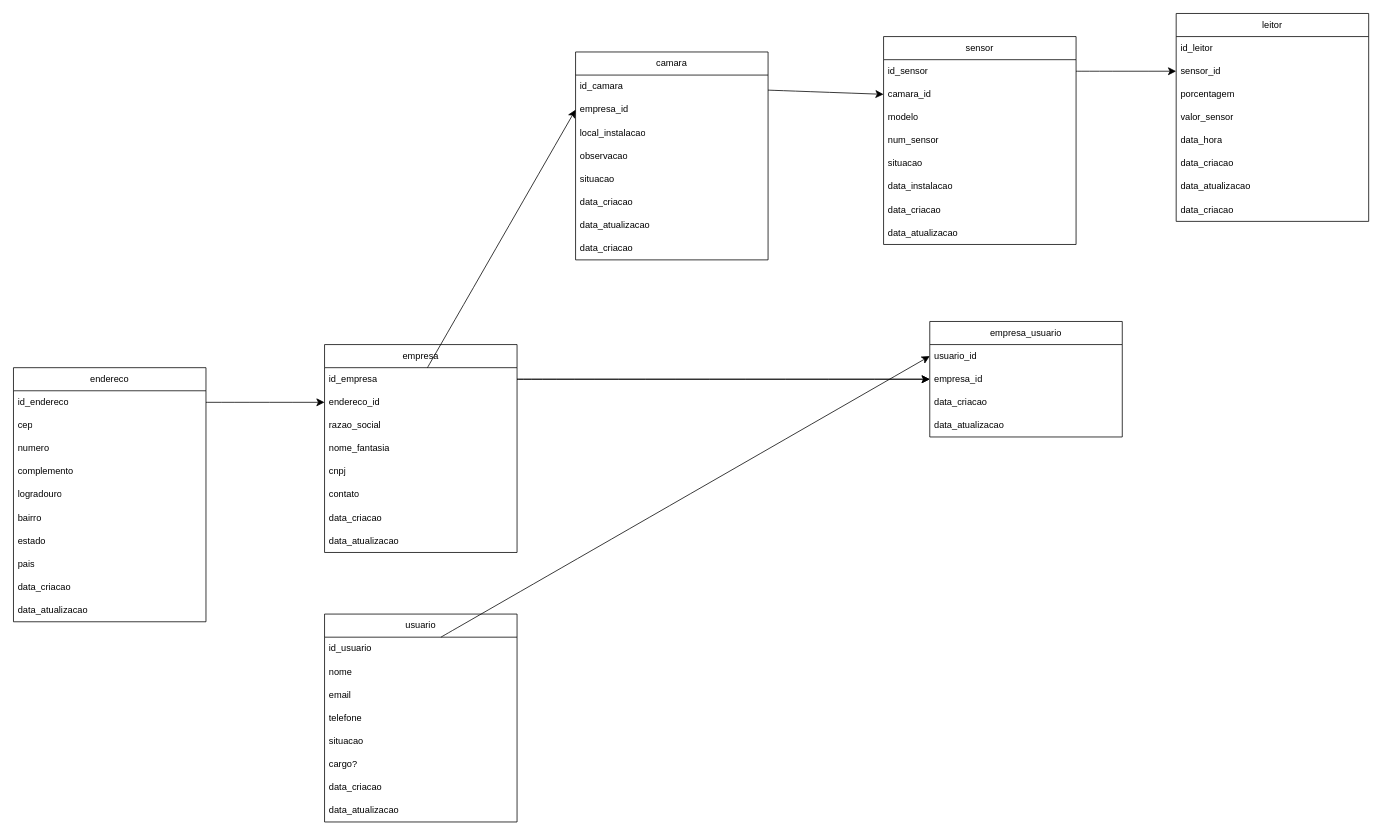
Above: @individuais/Vinicius/banco_dados/modelagem_logica.drawio in 4ppleTech/appleTech (draw.io), before the change. Source tidied: cells renumbered, new cells numbered last; positions are measured from the earlier drawing's top-left corner, leaving out a move shared by most shapes. Both pictures are drawn from the tidied source at 77%, with x=0, y=0 at pixel (13, 13).
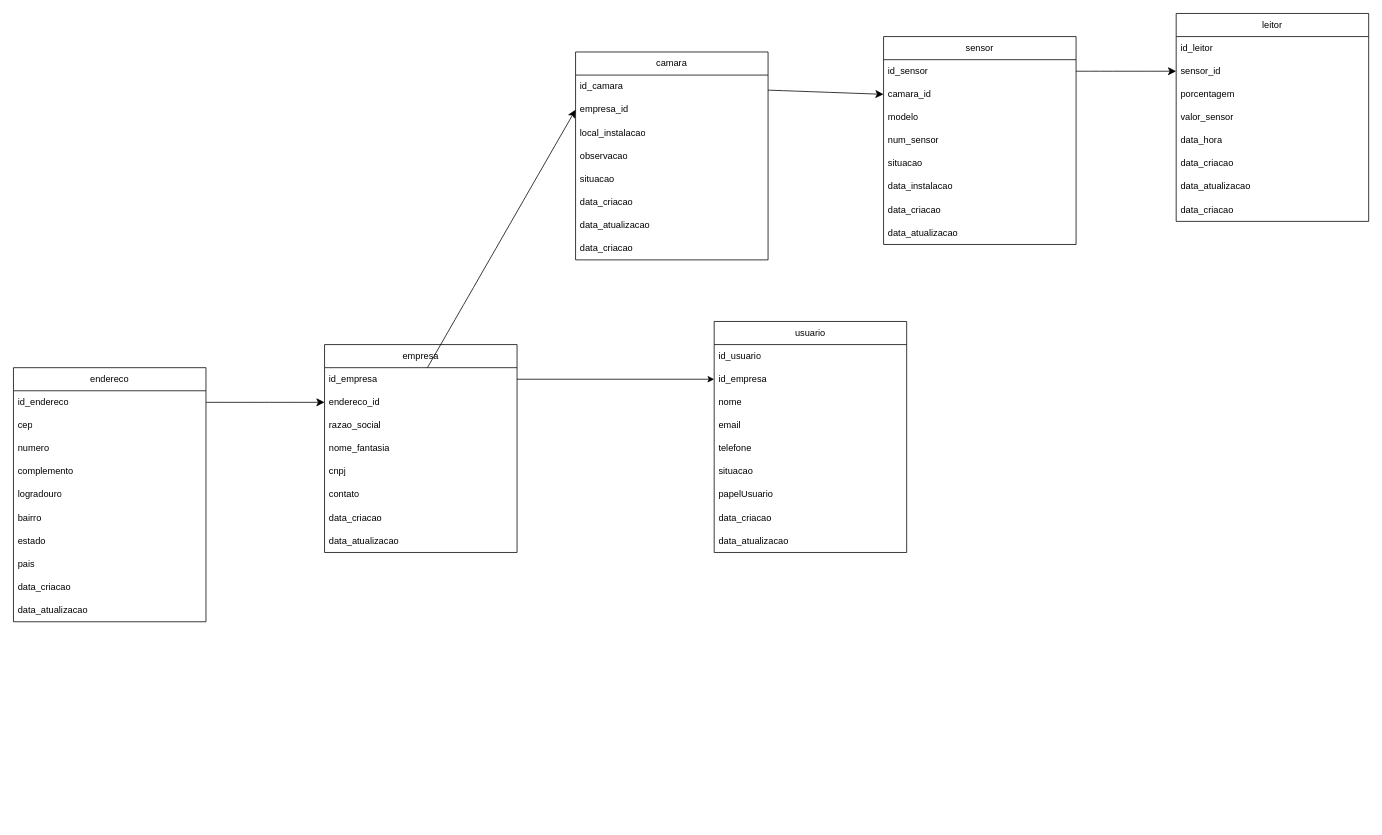
The same page after the edit.

Unchanged cells that the change refers to:
```xml
<mxCell id="14" value="id_empresa" style="text;strokeColor=none;fillColor=none;align=left;verticalAlign=middle;spacingLeft=4;spacingRight=4;overflow=hidden;points=[[0,0.5],[1,0.5]];portConstraint=eastwest;whiteSpace=wrap;html=1;" parent="13" vertex="1">
  <mxGeometry y="30" width="250" height="30" as="geometry" />
</mxCell>
<mxCell id="55" value="id_usuario" style="text;strokeColor=none;fillColor=none;align=left;verticalAlign=middle;spacingLeft=4;spacingRight=4;overflow=hidden;points=[[0,0.5],[1,0.5]];portConstraint=eastwest;whiteSpace=wrap;html=1;" parent="54" vertex="1">
  <mxGeometry y="30" width="250" height="30" as="geometry" />
</mxCell>
```

The edit, as a diff of the source:
```diff
@@
-    <mxCell id="49" value="empresa_usuario" style="swimlane;fontStyle=0;horizontal=1;startSize=30;whiteSpace=wrap;html=1;" parent="1" vertex="1">
-      <mxGeometry x="1190" y="400" width="250" height="150" as="geometry" />
-    </mxCell>
-    <mxCell id="50" value="usuario_id" style="text;strokeColor=none;fillColor=none;align=left;verticalAlign=middle;spacingLeft=4;spacingRight=4;overflow=hidden;points=[[0,0.5],[1,0.5]];portConstraint=eastwest;whiteSpace=wrap;html=1;" parent="49" vertex="1">
-      <mxGeometry y="30" width="250" height="30" as="geometry" />
-    </mxCell>
-    <mxCell id="51" value="empresa_id" style="text;strokeColor=none;fillColor=none;align=left;verticalAlign=middle;spacingLeft=4;spacingRight=4;overflow=hidden;points=[[0,0.5],[1,0.5]];portConstraint=eastwest;whiteSpace=wrap;html=1;" parent="49" vertex="1">
-      <mxGeometry y="60" width="250" height="30" as="geometry" />
-    </mxCell>
-    <mxCell id="52" value="data_criacao" style="text;strokeColor=none;fillColor=none;align=left;verticalAlign=middle;spacingLeft=4;spacingRight=4;overflow=hidden;whiteSpace=wrap;html=1;" parent="49" vertex="1">
-      <mxGeometry y="90" width="250" height="30" as="geometry" />
-    </mxCell>
-    <mxCell id="53" value="data_atualizacao" style="text;strokeColor=none;fillColor=none;align=left;verticalAlign=middle;spacingLeft=4;spacingRight=4;overflow=hidden;whiteSpace=wrap;html=1;" parent="49" vertex="1">
-      <mxGeometry y="120" width="250" height="30" as="geometry" />
-    </mxCell>
     <mxCell id="54" value="usuario" style="swimlane;fontStyle=0;horizontal=1;startSize=30;whiteSpace=wrap;html=1;" parent="1" vertex="1">
-      <mxGeometry x="404" y="780" width="250" height="270" as="geometry" />
+      <mxGeometry x="910" y="400" width="250" height="300" as="geometry" />
     </mxCell>
@@
+    <mxCell id="70" value="id_empresa" style="text;strokeColor=none;fillColor=none;align=left;verticalAlign=middle;spacingLeft=4;spacingRight=4;overflow=hidden;points=[[0,0.5],[1,0.5]];portConstraint=eastwest;whiteSpace=wrap;html=1;" parent="54" vertex="1">
+      <mxGeometry y="60" width="250" height="30" as="geometry" />
+    </mxCell>
     <mxCell id="56" value="nome" style="text;strokeColor=none;fillColor=none;align=left;verticalAlign=middle;spacingLeft=4;spacingRight=4;overflow=hidden;whiteSpace=wrap;html=1;" parent="54" vertex="1">
-      <mxGeometry y="60" width="250" height="30" as="geometry" />
+      <mxGeometry y="90" width="250" height="30" as="geometry" />
     </mxCell>
     <mxCell id="57" value="email" style="text;strokeColor=none;fillColor=none;align=left;verticalAlign=middle;spacingLeft=4;spacingRight=4;overflow=hidden;whiteSpace=wrap;html=1;" parent="54" vertex="1">
-      <mxGeometry y="90" width="250" height="30" as="geometry" />
+      <mxGeometry y="120" width="250" height="30" as="geometry" />
     </mxCell>
     <mxCell id="58" value="telefone" style="text;strokeColor=none;fillColor=none;align=left;verticalAlign=middle;spacingLeft=4;spacingRight=4;overflow=hidden;whiteSpace=wrap;html=1;" parent="54" vertex="1">
-      <mxGeometry y="120" width="250" height="30" as="geometry" />
+      <mxGeometry y="150" width="250" height="30" as="geometry" />
     </mxCell>
     <mxCell id="59" value="situacao" style="text;strokeColor=none;fillColor=none;align=left;verticalAlign=middle;spacingLeft=4;spacingRight=4;overflow=hidden;whiteSpace=wrap;html=1;" parent="54" vertex="1">
-      <mxGeometry y="150" width="250" height="30" as="geometry" />
+      <mxGeometry y="180" width="250" height="30" as="geometry" />
     </mxCell>
-    <mxCell id="60" value="cargo?" style="text;strokeColor=none;fillColor=none;align=left;verticalAlign=middle;spacingLeft=4;spacingRight=4;overflow=hidden;whiteSpace=wrap;html=1;" parent="54" vertex="1">
-      <mxGeometry y="180" width="250" height="30" as="geometry" />
+    <mxCell id="60" value="papelUsuario" style="text;strokeColor=none;fillColor=none;align=left;verticalAlign=middle;spacingLeft=4;spacingRight=4;overflow=hidden;whiteSpace=wrap;html=1;" parent="54" vertex="1">
+      <mxGeometry y="210" width="250" height="30" as="geometry" />
     </mxCell>
     <mxCell id="61" value="data_criacao" style="text;strokeColor=none;fillColor=none;align=left;verticalAlign=middle;spacingLeft=4;spacingRight=4;overflow=hidden;whiteSpace=wrap;html=1;" parent="54" vertex="1">
-      <mxGeometry y="210" width="250" height="30" as="geometry" />
+      <mxGeometry y="240" width="250" height="30" as="geometry" />
     </mxCell>
     <mxCell id="62" value="data_atualizacao" style="text;strokeColor=none;fillColor=none;align=left;verticalAlign=middle;spacingLeft=4;spacingRight=4;overflow=hidden;whiteSpace=wrap;html=1;" parent="54" vertex="1">
-      <mxGeometry y="240" width="250" height="30" as="geometry" />
+      <mxGeometry y="270" width="250" height="30" as="geometry" />
     </mxCell>
@@
-    <mxCell id="64" style="edgeStyle=none;curved=1;rounded=0;jettySize=auto;html=1;fontSize=12;startSize=8;endSize=8;" parent="1" edge="1" source="14" target="51">
-      <mxGeometry relative="1" as="geometry" />
-    </mxCell>
-    <mxCell id="65" style="edgeStyle=none;curved=1;rounded=0;jettySize=auto;html=1;fontSize=12;startSize=8;endSize=8;" parent="1" edge="1" source="14" target="51">
-      <mxGeometry relative="1" as="geometry" />
-    </mxCell>
@@
-    <mxCell id="69" style="edgeStyle=none;curved=1;rounded=0;jettySize=auto;html=1;entryX=0;entryY=0.5;entryDx=0;entryDy=0;fontSize=12;startSize=8;endSize=8;" parent="1" edge="1" source="55" target="50">
-      <mxGeometry relative="1" as="geometry" />
-    </mxCell>
+    <mxCell id="71" style="edgeStyle=orthogonalEdgeStyle;rounded=0;jettySize=auto;html=1;" parent="1" edge="1" source="14" target="70">
+      <mxGeometry relative="1" as="geometry" />
+    </mxCell>
```
